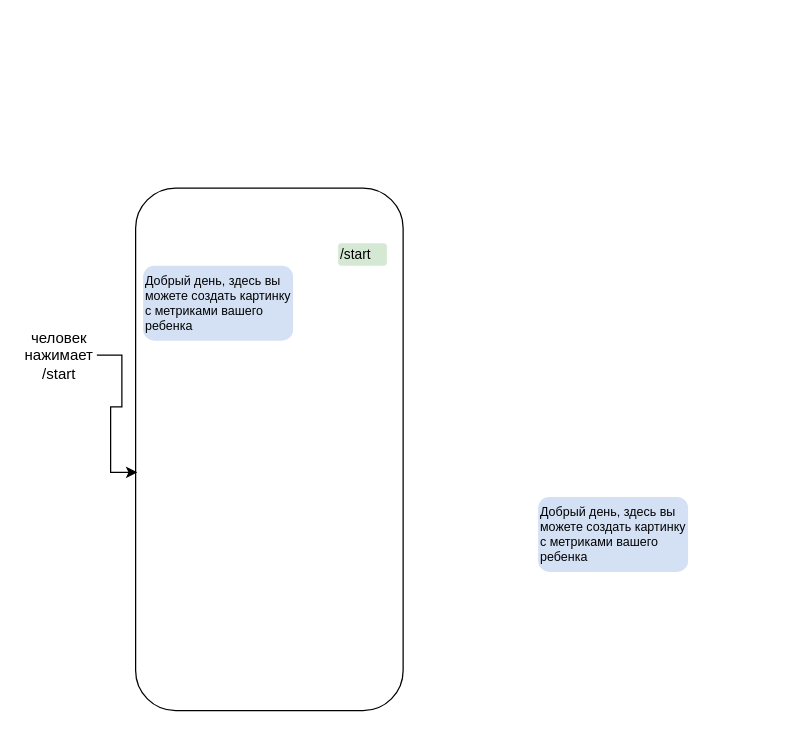
Aweryc/demo-repo keeps this draw.io diagram as Metrix Bot.drawio. Above is the earlier version. Source tidied: cells renumbered, new cells numbered last; positions are measured from the earlier drawing's top-left corner, leaving out a move shared by most shapes. Both pictures are drawn from the tidied source at 125%, with x=0, y=0 at pixel (21, 188).
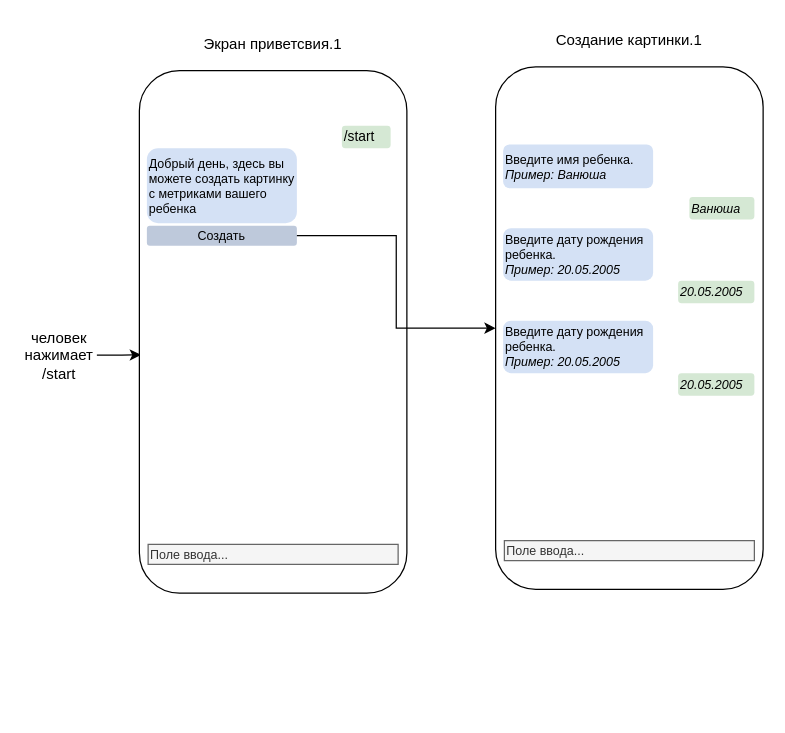
The same page after the edit.

What changed in the source:
```diff
@@
-    <mxCell id="2" style="rounded=1;whiteSpace=wrap;html=1;shadow=0;glass=0;gradientColor=none;" parent="1" vertex="1">
-      <mxGeometry x="91" width="214" height="418" as="geometry" />
-    </mxCell>
@@
+    <mxCell id="8" style="group;" parent="1" vertex="1">
+      <mxGeometry x="94" y="-130" width="214" height="454" as="geometry" />
+    </mxCell>
+    <mxCell id="2" style="rounded=1;whiteSpace=wrap;html=1;shadow=0;glass=0;gradientColor=none;" parent="8" vertex="1">
+      <mxGeometry y="36" width="214" height="418" as="geometry" />
+    </mxCell>
-    <mxCell id="5" value="Добрый день, здесь вы можете создать картинку с метриками вашего ребенка" style="rounded=1;whiteSpace=wrap;html=1;fillColor=#D4E1F5;strokeColor=none;fontSize=10;align=left;" parent="1" vertex="1">
-      <mxGeometry x="97" y="62" width="120" height="60" as="geometry" />
+    <mxCell id="5" value="Добрый день, здесь вы можете создать картинку с метриками вашего ребенка" style="rounded=1;whiteSpace=wrap;html=1;fillColor=#D4E1F5;strokeColor=none;fontSize=10;align=left;" parent="8" vertex="1">
+      <mxGeometry x="6" y="98" width="120" height="60" as="geometry" />
     </mxCell>
-    <mxCell id="6" value="/start" style="rounded=1;whiteSpace=wrap;html=1;fillColor=#D5E8D4;strokeColor=none;fontSize=11;align=left;" parent="1" vertex="1">
-      <mxGeometry x="253" y="44" width="39" height="18" as="geometry" />
+    <mxCell id="6" value="/start" style="rounded=1;whiteSpace=wrap;html=1;fillColor=#D5E8D4;strokeColor=none;fontSize=11;align=left;" parent="8" vertex="1">
+      <mxGeometry x="162" y="80" width="39" height="18" as="geometry" />
     </mxCell>
-    <mxCell id="7" value="Добрый день, здесь вы можете создать картинку с метриками вашего ребенка" style="rounded=1;whiteSpace=wrap;html=1;fillColor=#D4E1F5;strokeColor=none;fontSize=10;align=left;" parent="1" vertex="1">
-      <mxGeometry x="413" y="247" width="120" height="60" as="geometry" />
+    <mxCell id="7" value="Поле ввода..." style="rounded=0;whiteSpace=wrap;html=1;fillColor=#f5f5f5;strokeColor=#666666;fontSize=10;align=left;fontColor=#333333;" parent="8" vertex="1">
+      <mxGeometry x="7" y="415" width="200" height="16" as="geometry" />
     </mxCell>
+    <mxCell id="9" value="Создать" style="rounded=1;whiteSpace=wrap;html=1;fillColor=#BEC9DB;strokeColor=none;fontSize=10;align=center;" parent="8" vertex="1">
+      <mxGeometry x="6" y="160" width="120" height="16" as="geometry" />
+    </mxCell>
+    <mxCell id="10" value="Экран приветсвия.1" style="text;html=1;strokeColor=none;fillColor=none;align=center;verticalAlign=middle;whiteSpace=wrap;rounded=0;" parent="8" vertex="1">
+      <mxGeometry x="42" width="130" height="30" as="geometry" />
+    </mxCell>
+    <mxCell id="11" style="group;" parent="1" vertex="1">
+      <mxGeometry x="379" y="-133" width="214" height="454" as="geometry" />
+    </mxCell>
+    <mxCell id="12" style="rounded=1;whiteSpace=wrap;html=1;shadow=0;glass=0;gradientColor=none;" parent="11" vertex="1">
+      <mxGeometry y="36" width="214" height="418" as="geometry" />
+    </mxCell>
+    <mxCell id="13" value="Введите имя ребенка.&lt;br&gt;&lt;i&gt;Пример: Ванюша&lt;/i&gt;" style="rounded=1;whiteSpace=wrap;html=1;fillColor=#D4E1F5;strokeColor=none;fontSize=10;align=left;" parent="11" vertex="1">
+      <mxGeometry x="6" y="98" width="120" height="35" as="geometry" />
+    </mxCell>
+    <mxCell id="14" value="&lt;i style=&quot;border-color: var(--border-color); font-size: 10px;&quot;&gt;Ванюша&lt;/i&gt;" style="rounded=1;whiteSpace=wrap;html=1;fillColor=#D5E8D4;strokeColor=none;fontSize=11;align=left;" parent="11" vertex="1">
+      <mxGeometry x="155" y="140" width="52" height="18" as="geometry" />
+    </mxCell>
+    <mxCell id="15" value="Поле ввода..." style="rounded=0;whiteSpace=wrap;html=1;fillColor=#f5f5f5;strokeColor=#666666;fontSize=10;align=left;fontColor=#333333;" parent="11" vertex="1">
+      <mxGeometry x="7" y="415" width="200" height="16" as="geometry" />
+    </mxCell>
+    <mxCell id="16" value="Создание картинки.1" style="text;html=1;strokeColor=none;fillColor=none;align=center;verticalAlign=middle;whiteSpace=wrap;rounded=0;" parent="11" vertex="1">
+      <mxGeometry x="42" width="130" height="30" as="geometry" />
+    </mxCell>
+    <mxCell id="17" value="Введите дату рождения ребенка.&lt;br&gt;&lt;i&gt;Пример: 20.05.2005&lt;/i&gt;" style="rounded=1;whiteSpace=wrap;html=1;fillColor=#D4E1F5;strokeColor=none;fontSize=10;align=left;" parent="11" vertex="1">
+      <mxGeometry x="6" y="165" width="120" height="42" as="geometry" />
+    </mxCell>
+    <mxCell id="18" value="&lt;i style=&quot;border-color: var(--border-color); font-size: 10px;&quot;&gt;20.05.2005&lt;/i&gt;" style="rounded=1;whiteSpace=wrap;html=1;fillColor=#D5E8D4;strokeColor=none;fontSize=11;align=left;" parent="11" vertex="1">
+      <mxGeometry x="146" y="207" width="61" height="18" as="geometry" />
+    </mxCell>
+    <mxCell id="19" value="Введите дату рождения ребенка.&lt;br&gt;&lt;i&gt;Пример: 20.05.2005&lt;/i&gt;" style="rounded=1;whiteSpace=wrap;html=1;fillColor=#D4E1F5;strokeColor=none;fontSize=10;align=left;" parent="11" vertex="1">
+      <mxGeometry x="6" y="239" width="120" height="42" as="geometry" />
+    </mxCell>
+    <mxCell id="20" value="&lt;i style=&quot;border-color: var(--border-color); font-size: 10px;&quot;&gt;20.05.2005&lt;/i&gt;" style="rounded=1;whiteSpace=wrap;html=1;fillColor=#D5E8D4;strokeColor=none;fontSize=11;align=left;" parent="11" vertex="1">
+      <mxGeometry x="146" y="281" width="61" height="18" as="geometry" />
+    </mxCell>
+    <mxCell id="21" style="edgeStyle=orthogonalEdgeStyle;rounded=0;jettySize=auto;html=1;entryX=0;entryY=0.5;entryDx=0;entryDy=0;" parent="1" edge="1" source="9" target="12">
+      <mxGeometry relative="1" as="geometry" />
+    </mxCell>
```
